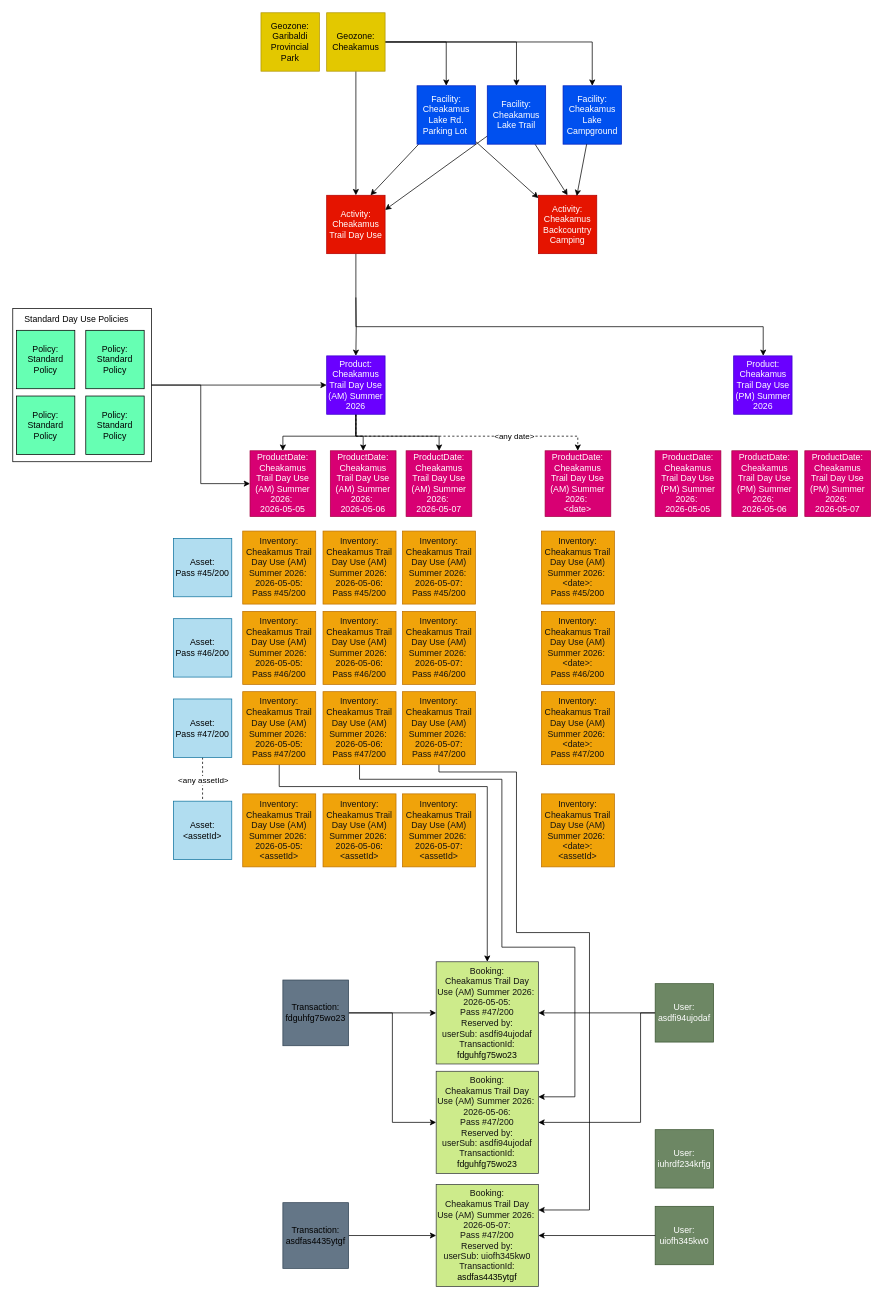
Earlier version of the draw.io diagram page "Simple Collection 1" (7 of 8) of docs/data-model/reservations_data_model.drawio (bcgov/reserve-rec-api). Source tidied: cells renumbered, new cells numbered last; positions are measured from the earlier drawing's top-left corner, leaving out a move shared by most shapes. Both pictures are drawn from the tidied source at 73%, with x=0, y=0 at pixel (12, 12).
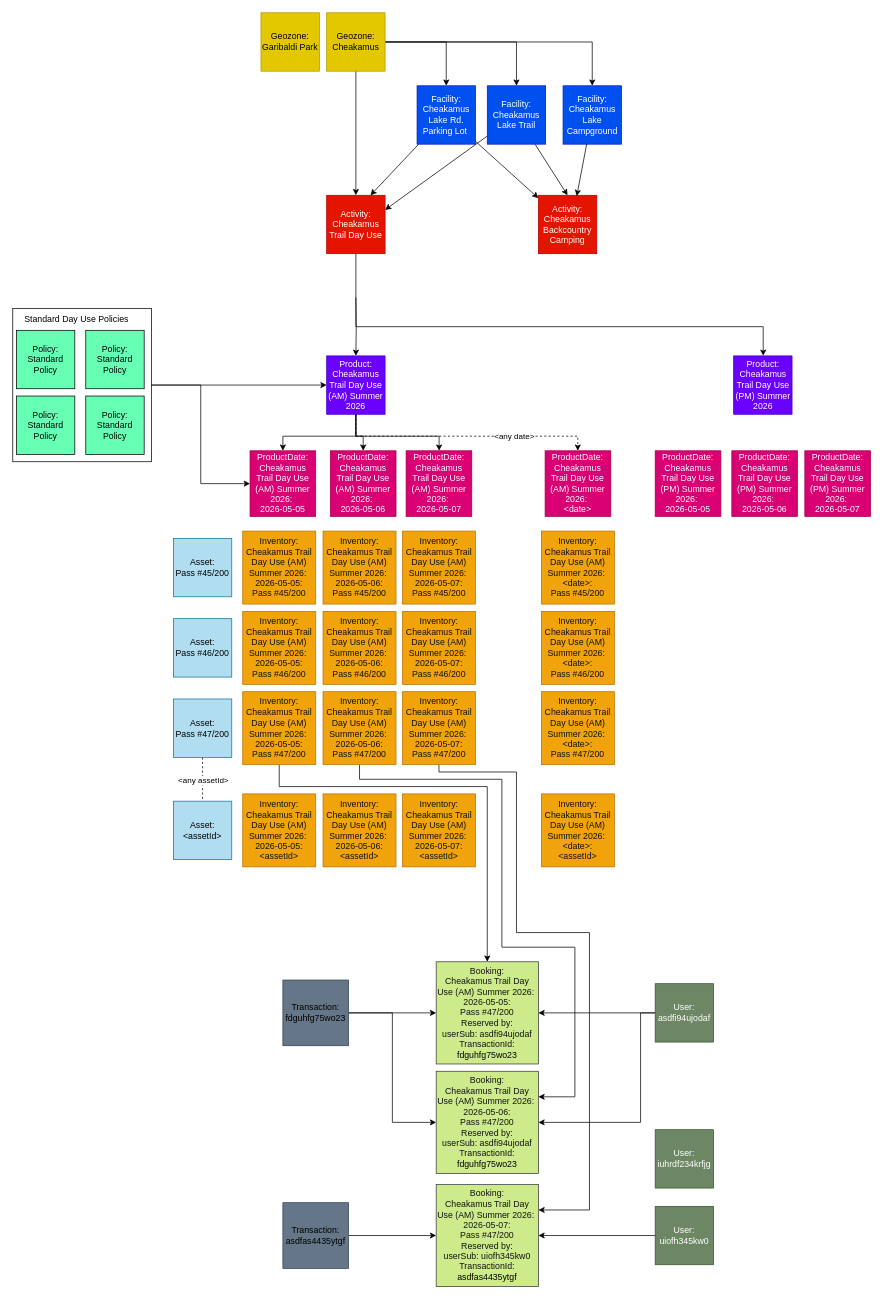
After the change.

Commit message (it also covers changes not shown here):
PRDT-473: remove 'provincial' from park names (#479)

Diff of the diagram source:
```diff
@@
-    <mxCell id="5" value="Geozone:&lt;div&gt;Garibaldi Provincial Park&lt;/div&gt;" style="whiteSpace=wrap;html=1;fillColor=#e3c800;fontColor=#000000;strokeColor=#B09500;" parent="1" vertex="1">
+    <mxCell id="5" value="Geozone:&lt;div&gt;Garibaldi Park&lt;/div&gt;" style="whiteSpace=wrap;html=1;fillColor=#e3c800;fontColor=#000000;strokeColor=#B09500;" parent="1" vertex="1">
       <mxGeometry x="340" width="80" height="80" as="geometry" />
     </mxCell>
```
